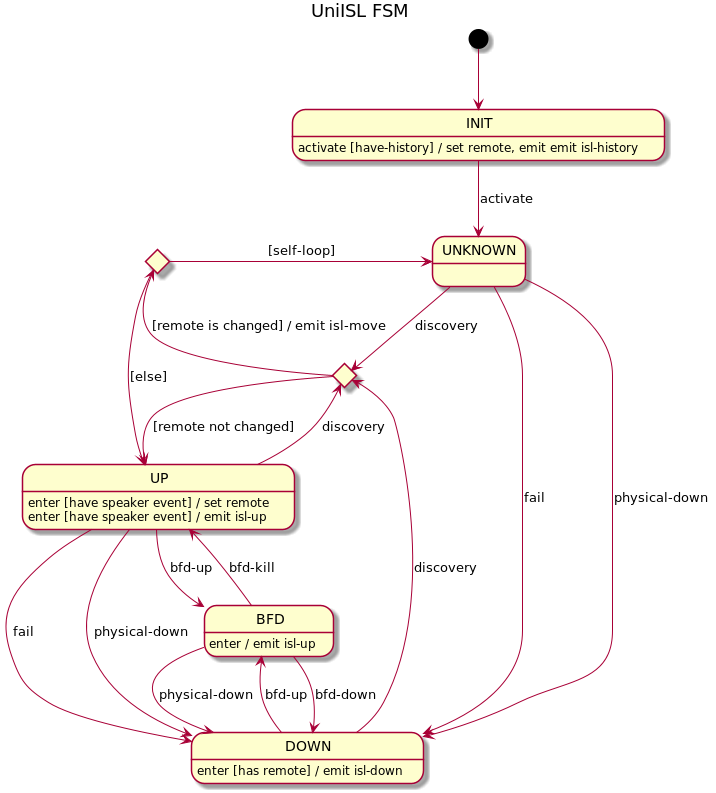
The PlantUML diagram docs/design/network-discovery/uni-isl-FSM.png in telstra/open-kilda, before a commit.
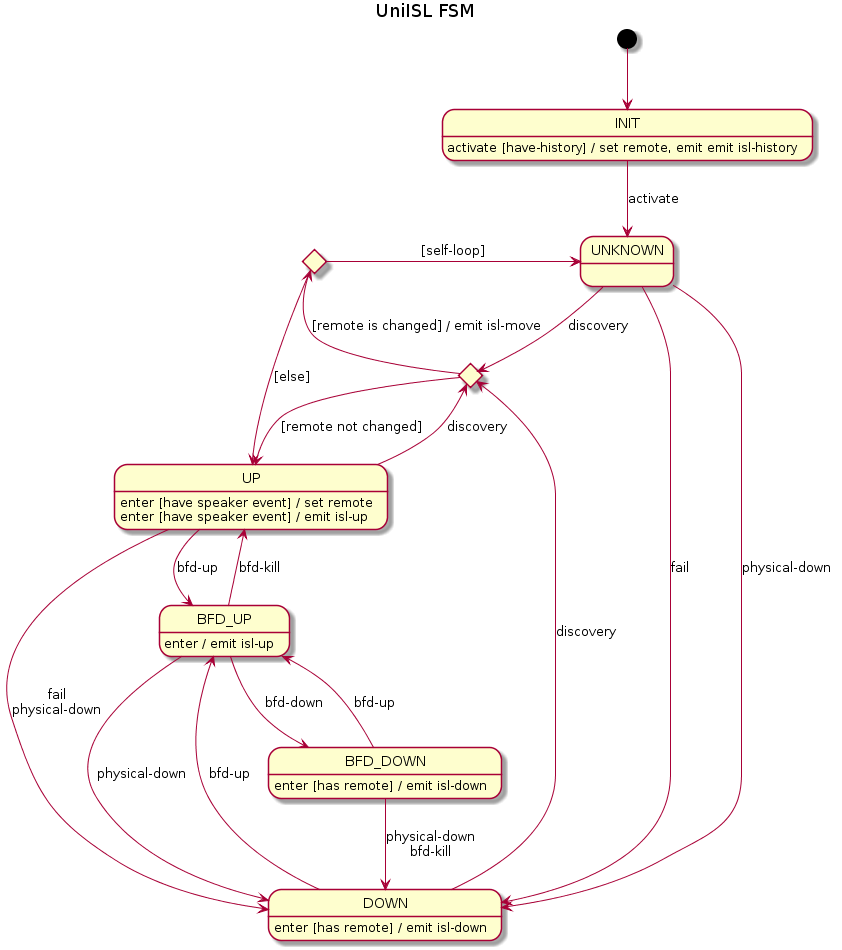
Above is the later version.

Commit message:
Ignore discovery poll events in BFD mode

Altering the logic of ISL liveness detection - do not react on
poll-discovery events in BFD-down state i.e. when the ISL is reported as
down by notification from BFD session. Now ISL can flap (DOWN -> UP(up
to discovery timeout) -> DOWN) right after BFD-down event due to
received stale(it was sent before actual LINK fail and received after
BFD have reported about LINK fail) discovery-poll event.

What changed in the source:
```diff
@@ -13,9 +13,8 @@
 UNKNOWN --> DOWN : physical-down
 
 UP --> moveChoice : discovery
-UP --> DOWN : fail
-UP --> DOWN : physical-down
-UP --> BFD : bfd-up
+UP --> DOWN : fail\nphysical-down
+UP --> BFD_UP : bfd-up
 UP : enter [have speaker event] / set remote
 UP : enter [have speaker event] / emit isl-up
 
@@ -28,12 +27,16 @@
 selfLoopChoice -r-> UNKNOWN : [self-loop]
 
 DOWN --> moveChoice : discovery
-DOWN --> BFD : bfd-up
+DOWN --> BFD_UP : bfd-up
 DOWN : enter [has remote] / emit isl-down
 
-BFD --> DOWN : physical-down
-BFD --> DOWN : bfd-down
-BFD --> UP : bfd-kill
-BFD : enter / emit isl-up
+BFD_UP --> UP : bfd-kill
+BFD_UP --> DOWN : physical-down
+BFD_UP --> BFD_DOWN : bfd-down
+BFD_UP : enter / emit isl-up
+
+BFD_DOWN --> BFD_UP : bfd-up
+BFD_DOWN --> DOWN : physical-down\nbfd-kill
+BFD_DOWN : enter [has remote] / emit isl-down
 
 @enduml
```
